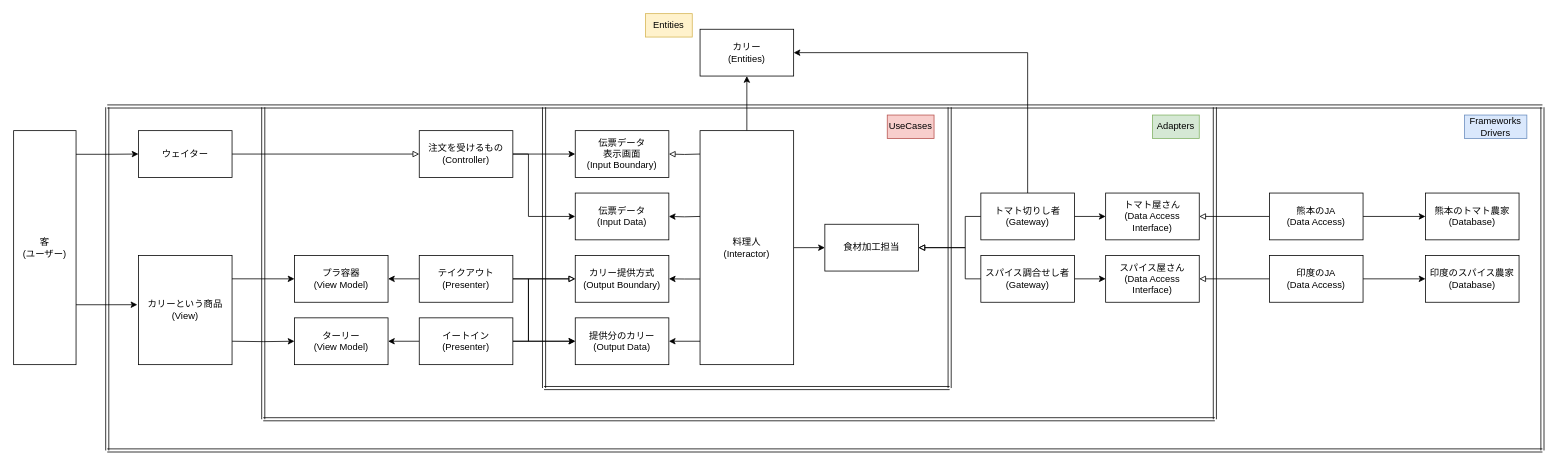
Above: curryarchi.drawio in hasegit/documents (draw.io), before the change. Source tidied: cells renumbered, new cells numbered last; positions are measured from the earlier drawing's top-left corner, leaving out a move shared by most shapes. Both pictures are drawn from the tidied source at 78%, with x=0, y=0 at pixel (13, 13).
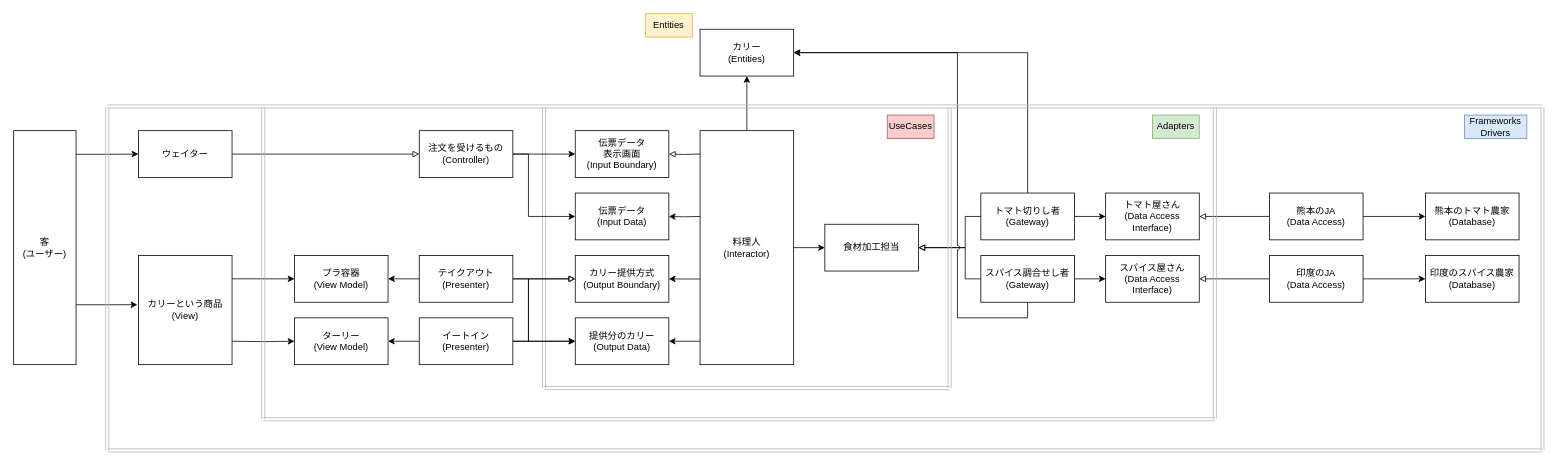
Above is the later version.

The change refers to these unchanged cells:
```xml
<mxCell id="13" value="カリー&lt;br&gt;(Entities)" style="rounded=0;whiteSpace=wrap;html=1;" parent="1" vertex="1">
  <mxGeometry x="880" y="20" width="120" height="60" as="geometry" />
</mxCell>
<mxCell id="52" value="食材加工担当" style="rounded=0;whiteSpace=wrap;html=1;" parent="1" vertex="1">
  <mxGeometry x="1040" y="270" width="120" height="60" as="geometry" />
</mxCell>
<mxCell id="55" value="スパイス調合せし者&lt;br&gt;(Gateway)" style="rounded=0;whiteSpace=wrap;html=1;" parent="1" vertex="1">
  <mxGeometry x="1240" y="310" width="120" height="60" as="geometry" />
</mxCell>
```

Change to the diagram source:
```diff
@@
-    <mxCell id="24" style="endArrow=none;html=1;rounded=0;shape=link;" parent="1" edge="1">
+    <mxCell id="24" style="endArrow=none;html=1;rounded=0;shape=link;strokeColor=#B5B5B5;" parent="1" edge="1">
       <mxGeometry relative="1" as="geometry">
         <mxPoint x="1540" y="520" as="sourcePoint" />
         <mxPoint x="320" y="520" as="targetPoint" />
       </mxGeometry>
     </mxCell>
-    <mxCell id="25" style="endArrow=none;html=1;rounded=0;shape=link;" parent="1" edge="1">
+    <mxCell id="25" style="endArrow=none;html=1;rounded=0;shape=link;strokeColor=#B5B5B5;" parent="1" edge="1">
       <mxGeometry relative="1" as="geometry">
         <mxPoint x="680" y="480" as="sourcePoint" />
         <mxPoint x="1200" y="480" as="targetPoint" />
       </mxGeometry>
     </mxCell>
@@
-    <mxCell id="30" style="endArrow=none;html=1;rounded=0;shape=link;" parent="1" edge="1">
+    <mxCell id="30" style="endArrow=none;html=1;rounded=0;shape=link;strokeColor=#B5B5B5;" parent="1" edge="1">
       <mxGeometry relative="1" as="geometry">
         <mxPoint x="680" y="120" as="sourcePoint" />
         <mxPoint x="680" y="480" as="targetPoint" />
       </mxGeometry>
     </mxCell>
@@
-    <mxCell id="43" style="endArrow=none;html=1;rounded=0;shape=link;" parent="1" edge="1">
+    <mxCell id="43" style="endArrow=none;html=1;rounded=0;shape=link;strokeColor=#B5B5B5;" parent="1" edge="1">
       <mxGeometry relative="1" as="geometry">
         <mxPoint x="320" y="120" as="sourcePoint" />
         <mxPoint x="320" y="520" as="targetPoint" />
       </mxGeometry>
     </mxCell>
@@
-    <mxCell id="54" style="edgeStyle=orthogonalEdgeStyle;rounded=0;jettySize=auto;html=1;exitX=0;exitY=0.5;exitDx=0;exitDy=0;entryX=1;entryY=0.5;entryDx=0;entryDy=0;endArrow=block;endFill=0;" parent="1" edge="1" source="55" target="52">
+    <mxCell id="54" style="edgeStyle=orthogonalEdgeStyle;rounded=0;jettySize=auto;html=1;exitX=0;exitY=0.5;exitDx=0;exitDy=0;entryX=1;entryY=0.5;entryDx=0;entryDy=0;endArrow=block;endFill=0;shadow=0;sketch=0;jumpStyle=none;" parent="1" edge="1" source="55" target="52">
       <mxGeometry relative="1" as="geometry">
         <Array as="points">
           <mxPoint x="1220" y="340" />
           <mxPoint x="1220" y="300" />
         </Array>
       </mxGeometry>
     </mxCell>
+    <mxCell id="67" style="edgeStyle=orthogonalEdgeStyle;rounded=0;jettySize=auto;html=1;exitX=0.5;exitY=1;exitDx=0;exitDy=0;entryX=1;entryY=0.5;entryDx=0;entryDy=0;endArrow=classic;endFill=1;jumpStyle=arc;" parent="1" edge="1" source="55" target="13">
+      <mxGeometry relative="1" as="geometry">
+        <Array as="points">
+          <mxPoint x="1300" y="390" />
+          <mxPoint x="1210" y="390" />
+          <mxPoint x="1210" y="50" />
+        </Array>
+      </mxGeometry>
+    </mxCell>
@@
-    <mxCell id="57" style="endArrow=none;html=1;rounded=0;shape=link;" parent="1" edge="1">
+    <mxCell id="57" style="endArrow=none;html=1;rounded=0;shape=link;strokeColor=#B5B5B5;" parent="1" edge="1">
       <mxGeometry relative="1" as="geometry">
         <mxPoint x="1200" y="480" as="sourcePoint" />
         <mxPoint x="1200" y="120" as="targetPoint" />
       </mxGeometry>
     </mxCell>
@@
-    <mxCell id="62" style="endArrow=none;html=1;rounded=0;shape=link;" parent="1" edge="1">
+    <mxCell id="62" style="endArrow=none;html=1;rounded=0;shape=link;strokeColor=#B5B5B5;" parent="1" edge="1">
       <mxGeometry relative="1" as="geometry">
         <mxPoint x="1540" y="520" as="sourcePoint" />
         <mxPoint x="1540" y="120" as="targetPoint" />
       </mxGeometry>
     </mxCell>
-    <mxCell id="63" style="endArrow=none;html=1;rounded=0;shape=link;" parent="1" edge="1">
+    <mxCell id="63" style="endArrow=none;html=1;rounded=0;shape=link;strokeColor=#B5B5B5;" parent="1" edge="1">
       <mxGeometry relative="1" as="geometry">
         <mxPoint x="120" y="119" as="sourcePoint" />
         <mxPoint x="1960" y="119" as="targetPoint" />
       </mxGeometry>
     </mxCell>
-    <mxCell id="64" style="endArrow=none;html=1;rounded=0;shape=link;" parent="1" edge="1">
+    <mxCell id="64" style="endArrow=none;html=1;rounded=0;shape=link;strokeColor=#B5B5B5;" parent="1" edge="1">
       <mxGeometry relative="1" as="geometry">
         <mxPoint x="120" y="120" as="sourcePoint" />
         <mxPoint x="120" y="560" as="targetPoint" />
       </mxGeometry>
     </mxCell>
-    <mxCell id="65" style="endArrow=none;html=1;rounded=0;shape=link;" parent="1" edge="1">
+    <mxCell id="65" style="endArrow=none;html=1;rounded=0;shape=link;strokeColor=#B5B5B5;" parent="1" edge="1">
       <mxGeometry relative="1" as="geometry">
         <mxPoint x="1960" y="560" as="sourcePoint" />
         <mxPoint x="120" y="560" as="targetPoint" />
       </mxGeometry>
     </mxCell>
-    <mxCell id="66" style="endArrow=none;html=1;rounded=0;shape=link;" parent="1" edge="1">
+    <mxCell id="66" style="endArrow=none;html=1;rounded=0;shape=link;strokeColor=#B5B5B5;" parent="1" edge="1">
       <mxGeometry relative="1" as="geometry">
         <mxPoint x="1960" y="560" as="sourcePoint" />
         <mxPoint x="1960" y="120" as="targetPoint" />
       </mxGeometry>
     </mxCell>
```
